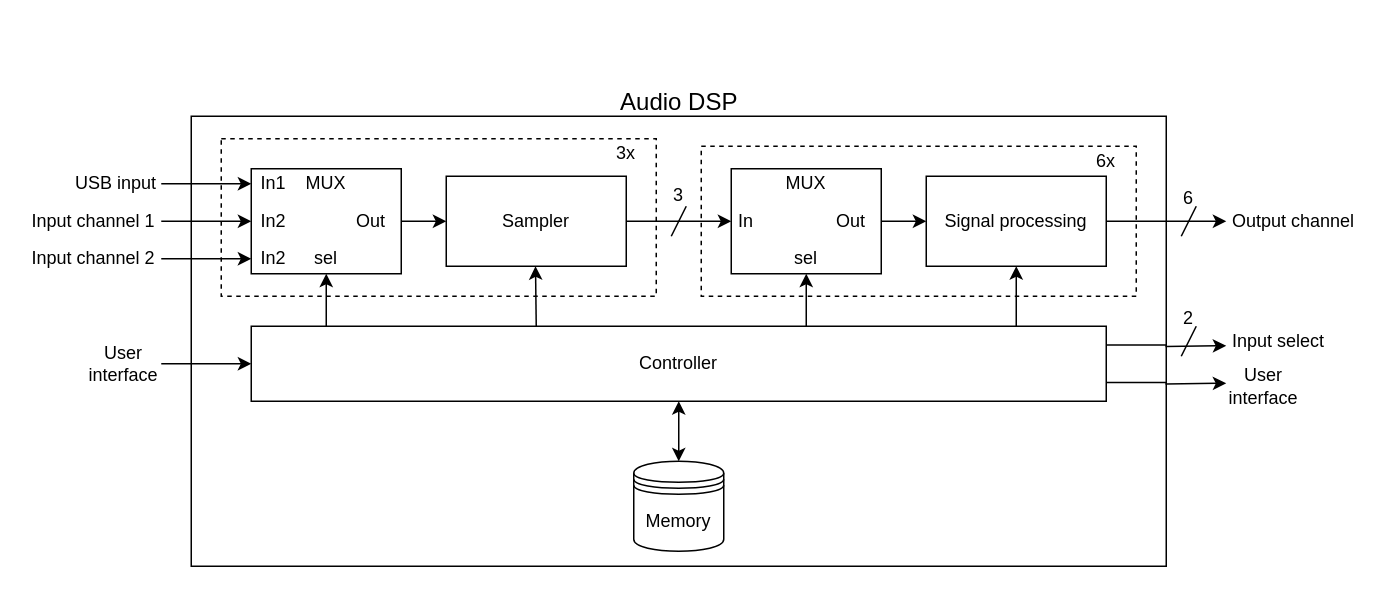
Above: page "Audio DSP" (4 of 5) of Block diagrams/System context diagram.drawio in HeinVerhallen/Audio-DSP (draw.io), before the change. Source tidied: cells renumbered, new cells numbered last; positions are measured from the earlier drawing's top-left corner, leaving out a move shared by most shapes. Both pictures are drawn from the tidied source at 150%, with x=0, y=0 at pixel (26, 86).
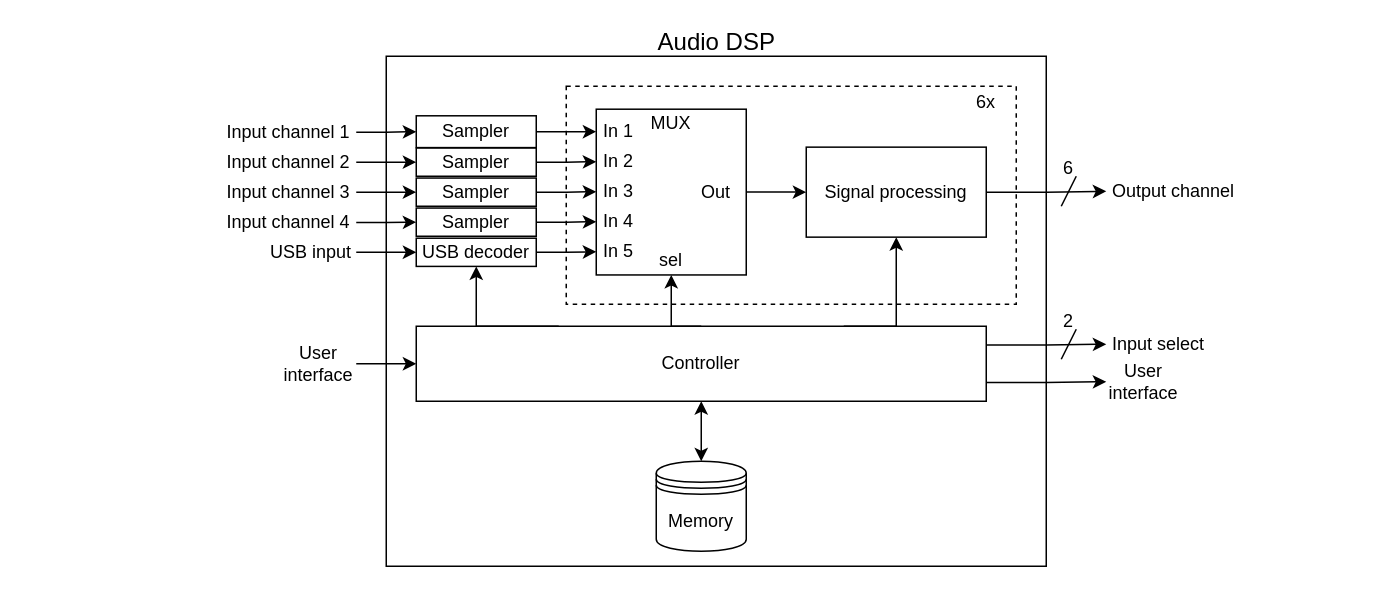
After the change.

Change to the diagram source:
```diff
@@
     <mxCell id="2" style="rounded=0;whiteSpace=wrap;html=1;fontSize=14;align=center;" parent="1" vertex="1">
-      <mxGeometry x="110" y="20" width="650" height="300" as="geometry" />
+      <mxGeometry x="240" y="-20" width="440" height="340" as="geometry" />
     </mxCell>
     <mxCell id="3" style="rounded=0;whiteSpace=wrap;html=1;dashed=1;" parent="1" vertex="1">
-      <mxGeometry x="450" y="40" width="290" height="100" as="geometry" />
+      <mxGeometry x="360" width="300" height="145.3" as="geometry" />
     </mxCell>
-    <mxCell id="4" style="rounded=0;whiteSpace=wrap;html=1;dashed=1;" parent="1" vertex="1">
-      <mxGeometry x="130" y="35" width="290" height="105" as="geometry" />
-    </mxCell>
-    <mxCell id="5" style="edgeStyle=orthogonalEdgeStyle;rounded=0;jettySize=auto;html=1;fontSize=12;startArrow=none;startFill=0;" parent="1" edge="1" source="6" target="14">
-      <mxGeometry relative="1" as="geometry" />
-    </mxCell>
-    <mxCell id="6" style="rounded=0;whiteSpace=wrap;html=1;fontSize=12;" parent="1" vertex="1">
-      <mxGeometry x="150" y="55" width="100" height="70" as="geometry" />
-    </mxCell>
-    <mxCell id="7" value="MUX" style="text;html=1;strokeColor=none;fillColor=none;align=center;verticalAlign=middle;whiteSpace=wrap;rounded=0;fontSize=12;" parent="1" vertex="1">
-      <mxGeometry x="180" y="55" width="40" height="20" as="geometry" />
-    </mxCell>
-    <mxCell id="8" value="In1" style="text;html=1;strokeColor=none;fillColor=none;align=center;verticalAlign=middle;whiteSpace=wrap;rounded=0;fontSize=12;" parent="1" vertex="1">
-      <mxGeometry x="150" y="55" width="30" height="20" as="geometry" />
-    </mxCell>
-    <mxCell id="9" value="In2" style="text;html=1;strokeColor=none;fillColor=none;align=center;verticalAlign=middle;whiteSpace=wrap;rounded=0;fontSize=12;" parent="1" vertex="1">
-      <mxGeometry x="150" y="80" width="30" height="20" as="geometry" />
-    </mxCell>
-    <mxCell id="10" value="Out" style="text;html=1;strokeColor=none;fillColor=none;align=center;verticalAlign=middle;whiteSpace=wrap;rounded=0;fontSize=12;" parent="1" vertex="1">
-      <mxGeometry x="210" y="80" width="40" height="20" as="geometry" />
-    </mxCell>
-    <mxCell id="11" style="endArrow=classic;html=1;fontSize=12;entryX=0;entryY=0.5;entryDx=0;entryDy=0;exitX=1;exitY=0.5;exitDx=0;exitDy=0;" parent="1" edge="1" source="25" target="8">
-      <mxGeometry relative="1" as="geometry" />
-    </mxCell>
-    <mxCell id="12" style="endArrow=classic;html=1;fontSize=12;entryX=0;entryY=0.5;entryDx=0;entryDy=0;exitX=1;exitY=0.5;exitDx=0;exitDy=0;" parent="1" edge="1" source="26" target="9">
-      <mxGeometry relative="1" as="geometry" />
-    </mxCell>
-    <mxCell id="13" style="edgeStyle=orthogonalEdgeStyle;rounded=0;jettySize=auto;html=1;exitX=1;exitY=0.5;exitDx=0;exitDy=0;entryX=0;entryY=0.5;entryDx=0;entryDy=0;" parent="1" edge="1" source="14" target="37">
-      <mxGeometry relative="1" as="geometry" />
-    </mxCell>
-    <mxCell id="14" value="Sampler" style="rounded=0;whiteSpace=wrap;html=1;fontSize=12;" parent="1" vertex="1">
-      <mxGeometry x="280" y="60" width="120" height="60" as="geometry" />
-    </mxCell>
-    <mxCell id="15" style="edgeStyle=orthogonalEdgeStyle;rounded=0;jettySize=auto;html=1;exitX=1;exitY=0.25;exitDx=0;exitDy=0;" parent="1" edge="1" source="17">
-      <mxGeometry relative="1" as="geometry">
-        <mxPoint x="800" y="173" as="targetPoint" />
-      </mxGeometry>
-    </mxCell>
-    <mxCell id="16" style="edgeStyle=orthogonalEdgeStyle;rounded=0;jettySize=auto;html=1;exitX=1;exitY=0.75;exitDx=0;exitDy=0;" parent="1" edge="1" source="17">
-      <mxGeometry relative="1" as="geometry">
-        <mxPoint x="800" y="198" as="targetPoint" />
-      </mxGeometry>
+    <mxCell id="16" style="edgeStyle=orthogonalEdgeStyle;rounded=0;jettySize=auto;html=1;exitX=1;exitY=0.75;exitDx=0;exitDy=0;entryX=0;entryY=0.5;entryDx=0;entryDy=0;" parent="1" edge="1" source="17" target="24">
+      <mxGeometry relative="1" as="geometry" />
     </mxCell>
+    <mxCell id="52" style="edgeStyle=orthogonalEdgeStyle;rounded=0;jettySize=auto;html=1;exitX=1;exitY=0.25;exitDx=0;exitDy=0;entryX=0;entryY=0.5;entryDx=0;entryDy=0;" parent="1" edge="1" source="17" target="18">
+      <mxGeometry relative="1" as="geometry" />
+    </mxCell>
+    <mxCell id="53" style="edgeStyle=orthogonalEdgeStyle;rounded=0;jettySize=auto;html=1;exitX=0.5;exitY=0;exitDx=0;exitDy=0;entryX=0.5;entryY=1;entryDx=0;entryDy=0;" parent="1" edge="1" source="17" target="65">
+      <mxGeometry relative="1" as="geometry" />
+    </mxCell>
+    <mxCell id="54" style="edgeStyle=orthogonalEdgeStyle;rounded=0;jettySize=auto;html=1;exitX=0.75;exitY=0;exitDx=0;exitDy=0;entryX=0.5;entryY=1;entryDx=0;entryDy=0;" parent="1" edge="1" source="17" target="28">
+      <mxGeometry relative="1" as="geometry">
+        <Array as="points">
+          <mxPoint x="580" y="160" />
+        </Array>
+      </mxGeometry>
+    </mxCell>
+    <mxCell id="55" style="edgeStyle=orthogonalEdgeStyle;rounded=0;jettySize=auto;html=1;exitX=0.25;exitY=0;exitDx=0;exitDy=0;entryX=0.5;entryY=1;entryDx=0;entryDy=0;" parent="1" edge="1" source="17" target="82">
+      <mxGeometry relative="1" as="geometry">
+        <Array as="points">
+          <mxPoint x="300" y="160" />
+        </Array>
+      </mxGeometry>
+    </mxCell>
     <mxCell id="17" value="Controller" style="rounded=0;whiteSpace=wrap;html=1;fontSize=12;" parent="1" vertex="1">
-      <mxGeometry x="150" y="160" width="570" height="50" as="geometry" />
+      <mxGeometry x="260" y="160" width="380" height="50" as="geometry" />
     </mxCell>
     <mxCell id="18" value="Input select" style="text;html=1;strokeColor=none;fillColor=none;align=center;verticalAlign=middle;whiteSpace=wrap;rounded=0;fontSize=12;" parent="1" vertex="1">
-      <mxGeometry x="800" y="160" width="70" height="20" as="geometry" />
+      <mxGeometry x="720" y="162" width="70" height="20" as="geometry" />
     </mxCell>
-    <mxCell id="19" value="sel" style="text;html=1;strokeColor=none;fillColor=none;align=center;verticalAlign=middle;whiteSpace=wrap;rounded=0;fontSize=12;" parent="1" vertex="1">
-      <mxGeometry x="185" y="105" width="30" height="20" as="geometry" />
-    </mxCell>
-    <mxCell id="20" style="endArrow=classic;html=1;fontSize=12;entryX=0.5;entryY=1;entryDx=0;entryDy=0;" parent="1" edge="1" target="19">
-      <mxGeometry relative="1" as="geometry">
-        <mxPoint x="200" y="160" as="sourcePoint" />
-      </mxGeometry>
-    </mxCell>
-    <mxCell id="21" style="endArrow=classic;html=1;fontSize=12;" parent="1" edge="1">
-      <mxGeometry relative="1" as="geometry">
-        <mxPoint x="340" y="160" as="sourcePoint" />
-        <mxPoint x="339.5" y="120" as="targetPoint" />
-      </mxGeometry>
-    </mxCell>
-    <mxCell id="22" style="endArrow=classic;html=1;fontSize=12;entryX=0;entryY=0.5;entryDx=0;entryDy=0;" parent="1" edge="1" target="17">
-      <mxGeometry relative="1" as="geometry">
-        <mxPoint x="90" y="185" as="sourcePoint" />
-      </mxGeometry>
+    <mxCell id="22" style="endArrow=classic;html=1;fontSize=12;entryX=0;entryY=0.5;entryDx=0;entryDy=0;startArrow=none;" parent="1" edge="1" source="23" target="17">
+      <mxGeometry relative="1" as="geometry" />
     </mxCell>
-    <mxCell id="23" value="User interface" style="text;html=1;strokeColor=none;fillColor=none;align=center;verticalAlign=middle;whiteSpace=wrap;rounded=0;fontSize=12;" parent="1" vertex="1">
-      <mxGeometry x="40" y="175" width="50" height="20" as="geometry" />
-    </mxCell>
     <mxCell id="24" value="User interface" style="text;html=1;strokeColor=none;fillColor=none;align=center;verticalAlign=middle;whiteSpace=wrap;rounded=0;fontSize=12;" parent="1" vertex="1">
-      <mxGeometry x="800" y="190" width="50" height="20" as="geometry" />
+      <mxGeometry x="720" y="187" width="50" height="20" as="geometry" />
     </mxCell>
+    <mxCell id="56" style="edgeStyle=orthogonalEdgeStyle;rounded=0;jettySize=auto;html=1;exitX=1;exitY=0.5;exitDx=0;exitDy=0;entryX=0;entryY=0.5;entryDx=0;entryDy=0;" parent="1" edge="1" source="25" target="82">
+      <mxGeometry relative="1" as="geometry" />
+    </mxCell>
     <mxCell id="25" value="USB input" style="text;html=1;strokeColor=none;fillColor=none;align=center;verticalAlign=middle;whiteSpace=wrap;rounded=0;fontSize=12;" parent="1" vertex="1">
-      <mxGeometry x="30" y="55" width="60" height="20" as="geometry" />
+      <mxGeometry x="160" y="100.6" width="60" height="20" as="geometry" />
     </mxCell>
+    <mxCell id="57" style="edgeStyle=orthogonalEdgeStyle;rounded=0;jettySize=auto;html=1;exitX=1;exitY=0.5;exitDx=0;exitDy=0;entryX=0;entryY=0.5;entryDx=0;entryDy=0;" parent="1" edge="1" source="26" target="74">
+      <mxGeometry relative="1" as="geometry" />
+    </mxCell>
     <mxCell id="26" value="Input channel 1" style="text;html=1;strokeColor=none;fillColor=none;align=center;verticalAlign=middle;whiteSpace=wrap;rounded=0;fontSize=12;" parent="1" vertex="1">
-      <mxGeometry y="80" width="90" height="20" as="geometry" />
+      <mxGeometry x="130" y="20.6" width="90" height="20" as="geometry" />
     </mxCell>
-    <mxCell id="27" style="edgeStyle=orthogonalEdgeStyle;rounded=0;jettySize=auto;html=1;exitX=1;exitY=0.5;exitDx=0;exitDy=0;" parent="1" edge="1" source="28">
-      <mxGeometry relative="1" as="geometry">
-        <mxPoint x="800" y="90" as="targetPoint" />
-      </mxGeometry>
+    <mxCell id="27" style="edgeStyle=orthogonalEdgeStyle;rounded=0;jettySize=auto;html=1;exitX=1;exitY=0.5;exitDx=0;exitDy=0;entryX=0;entryY=0.5;entryDx=0;entryDy=0;" parent="1" edge="1" source="28" target="44">
+      <mxGeometry relative="1" as="geometry" />
     </mxCell>
-    <mxCell id="28" value="Signal processing" style="rounded=0;whiteSpace=wrap;html=1;fontSize=12;" parent="1" vertex="1">
-      <mxGeometry x="600" y="60" width="120" height="60" as="geometry" />
-    </mxCell>
@@
     <mxCell id="30" value="Memory" style="shape=datastore;whiteSpace=wrap;html=1;fontSize=12;align=center;" parent="1" vertex="1">
-      <mxGeometry x="405" y="250" width="60" height="60" as="geometry" />
+      <mxGeometry x="420" y="250" width="60" height="60" as="geometry" />
     </mxCell>
-    <mxCell id="31" style="edgeStyle=orthogonalEdgeStyle;rounded=0;jettySize=auto;html=1;exitX=1;exitY=0.5;exitDx=0;exitDy=0;entryX=0;entryY=0.5;entryDx=0;entryDy=0;" parent="1" edge="1" source="32" target="33">
-      <mxGeometry relative="1" as="geometry" />
-    </mxCell>
+    <mxCell id="58" style="edgeStyle=orthogonalEdgeStyle;rounded=0;jettySize=auto;html=1;exitX=1;exitY=0.5;exitDx=0;exitDy=0;entryX=0;entryY=0.5;entryDx=0;entryDy=0;" parent="1" edge="1" source="32" target="76">
+      <mxGeometry relative="1" as="geometry" />
+    </mxCell>
     <mxCell id="32" value="Input channel 2" style="text;html=1;strokeColor=none;fillColor=none;align=center;verticalAlign=middle;whiteSpace=wrap;rounded=0;fontSize=12;" parent="1" vertex="1">
-      <mxGeometry y="105" width="90" height="20" as="geometry" />
+      <mxGeometry x="130" y="40.6" width="90" height="20" as="geometry" />
     </mxCell>
-    <mxCell id="33" value="In2" style="text;html=1;strokeColor=none;fillColor=none;align=center;verticalAlign=middle;whiteSpace=wrap;rounded=0;fontSize=12;" parent="1" vertex="1">
-      <mxGeometry x="150" y="105" width="30" height="20" as="geometry" />
-    </mxCell>
-    <mxCell id="34" value="3x" style="text;html=1;strokeColor=none;fillColor=none;align=center;verticalAlign=middle;whiteSpace=wrap;rounded=0;dashed=1;" parent="1" vertex="1">
-      <mxGeometry x="380" y="35" width="40" height="20" as="geometry" />
-    </mxCell>
-    <mxCell id="35" style="rounded=0;whiteSpace=wrap;html=1;fontSize=12;" parent="1" vertex="1">
-      <mxGeometry x="470" y="55" width="100" height="70" as="geometry" />
-    </mxCell>
-    <mxCell id="36" value="MUX" style="text;html=1;strokeColor=none;fillColor=none;align=center;verticalAlign=middle;whiteSpace=wrap;rounded=0;fontSize=12;" parent="1" vertex="1">
-      <mxGeometry x="500" y="55" width="40" height="20" as="geometry" />
-    </mxCell>
-    <mxCell id="37" value="In" style="text;html=1;strokeColor=none;fillColor=none;align=center;verticalAlign=middle;whiteSpace=wrap;rounded=0;fontSize=12;" parent="1" vertex="1">
-      <mxGeometry x="470" y="80" width="20" height="20" as="geometry" />
-    </mxCell>
-    <mxCell id="38" style="edgeStyle=orthogonalEdgeStyle;rounded=0;jettySize=auto;html=1;exitX=1;exitY=0.5;exitDx=0;exitDy=0;entryX=0;entryY=0.5;entryDx=0;entryDy=0;" parent="1" edge="1" source="39" target="28">
-      <mxGeometry relative="1" as="geometry" />
-    </mxCell>
-    <mxCell id="39" value="Out" style="text;html=1;strokeColor=none;fillColor=none;align=center;verticalAlign=middle;whiteSpace=wrap;rounded=0;fontSize=12;" parent="1" vertex="1">
-      <mxGeometry x="530" y="80" width="40" height="20" as="geometry" />
-    </mxCell>
-    <mxCell id="40" value="sel" style="text;html=1;strokeColor=none;fillColor=none;align=center;verticalAlign=middle;whiteSpace=wrap;rounded=0;fontSize=12;" parent="1" vertex="1">
-      <mxGeometry x="505" y="105" width="30" height="20" as="geometry" />
-    </mxCell>
     <mxCell id="41" value="6x" style="text;html=1;strokeColor=none;fillColor=none;align=center;verticalAlign=middle;whiteSpace=wrap;rounded=0;dashed=1;" parent="1" vertex="1">
-      <mxGeometry x="700" y="40" width="40" height="20" as="geometry" />
+      <mxGeometry x="620" y="0.6" width="40" height="20" as="geometry" />
     </mxCell>
-    <mxCell id="42" style="endArrow=none;html=1;" parent="1" edge="1">
-      <mxGeometry relative="1" as="geometry">
-        <mxPoint x="430" y="100" as="sourcePoint" />
-        <mxPoint x="440" y="80" as="targetPoint" />
-      </mxGeometry>
-    </mxCell>
-    <mxCell id="43" value="3" style="text;html=1;strokeColor=none;fillColor=none;align=center;verticalAlign=middle;whiteSpace=wrap;rounded=0;dashed=1;" parent="1" vertex="1">
-      <mxGeometry x="430" y="65" width="10" height="15" as="geometry" />
-    </mxCell>
     <mxCell id="44" value="Output channel" style="text;html=1;strokeColor=none;fillColor=none;align=center;verticalAlign=middle;whiteSpace=wrap;rounded=0;dashed=1;" parent="1" vertex="1">
-      <mxGeometry x="800" y="80" width="90" height="20" as="geometry" />
+      <mxGeometry x="720" y="60" width="90" height="20" as="geometry" />
     </mxCell>
     <mxCell id="45" style="endArrow=none;html=1;" parent="1" edge="1">
       <mxGeometry relative="1" as="geometry">
-        <mxPoint x="770" y="100" as="sourcePoint" />
-        <mxPoint x="780" y="80" as="targetPoint" />
+        <mxPoint x="690" y="80" as="sourcePoint" />
+        <mxPoint x="700" y="60" as="targetPoint" />
       </mxGeometry>
     </mxCell>
     <mxCell id="46" value="6" style="text;html=1;strokeColor=none;fillColor=none;align=center;verticalAlign=middle;whiteSpace=wrap;rounded=0;dashed=1;" parent="1" vertex="1">
-      <mxGeometry x="770" y="70" width="10" height="10" as="geometry" />
+      <mxGeometry x="690" y="50" width="10" height="10" as="geometry" />
     </mxCell>
     <mxCell id="47" style="endArrow=none;html=1;" parent="1" edge="1">
       <mxGeometry relative="1" as="geometry">
-        <mxPoint x="770" y="180" as="sourcePoint" />
-        <mxPoint x="780" y="160" as="targetPoint" />
+        <mxPoint x="690" y="182" as="sourcePoint" />
+        <mxPoint x="700" y="162" as="targetPoint" />
       </mxGeometry>
     </mxCell>
     <mxCell id="48" value="2" style="text;html=1;strokeColor=none;fillColor=none;align=center;verticalAlign=middle;whiteSpace=wrap;rounded=0;dashed=1;" parent="1" vertex="1">
-      <mxGeometry x="770" y="150" width="10" height="10" as="geometry" />
+      <mxGeometry x="690" y="152" width="10" height="10" as="geometry" />
     </mxCell>
-    <mxCell id="49" style="endArrow=classic;html=1;entryX=0.5;entryY=1;entryDx=0;entryDy=0;" parent="1" edge="1" target="40">
-      <mxGeometry relative="1" as="geometry">
-        <mxPoint x="520" y="160" as="sourcePoint" />
-      </mxGeometry>
-    </mxCell>
-    <mxCell id="50" style="endArrow=classic;html=1;entryX=0.5;entryY=1;entryDx=0;entryDy=0;" parent="1" edge="1" target="28">
-      <mxGeometry relative="1" as="geometry">
-        <mxPoint x="660" y="160" as="sourcePoint" />
-      </mxGeometry>
-    </mxCell>
     <mxCell id="51" value="Audio DSP" style="text;html=1;strokeColor=none;fillColor=none;align=center;verticalAlign=middle;whiteSpace=wrap;rounded=0;dashed=1;fontSize=16;" parent="1" vertex="1">
-      <mxGeometry x="392.5" width="85" height="20" as="geometry" />
+      <mxGeometry x="417.5" y="-40" width="85" height="20" as="geometry" />
     </mxCell>
+    <mxCell id="59" style="group;" parent="1" vertex="1">
+      <mxGeometry x="380" y="15.3" width="100" height="110.5" as="geometry" />
+    </mxCell>
+    <mxCell id="60" style="rounded=0;whiteSpace=wrap;html=1;fontSize=12;strokeWidth=1;" parent="59" vertex="1">
+      <mxGeometry width="100" height="110.5" as="geometry" />
+    </mxCell>
+    <mxCell id="61" value="MUX" style="text;html=1;strokeColor=none;fillColor=none;align=center;verticalAlign=middle;whiteSpace=wrap;rounded=0;fontSize=12;" parent="59" vertex="1">
+      <mxGeometry x="30" width="40" height="20" as="geometry" />
+    </mxCell>
+    <mxCell id="62" value="In 1" style="text;html=1;strokeColor=none;fillColor=none;align=center;verticalAlign=middle;whiteSpace=wrap;rounded=0;fontSize=12;" parent="59" vertex="1">
+      <mxGeometry y="5" width="30" height="20" as="geometry" />
+    </mxCell>
+    <mxCell id="63" value="In 3" style="text;html=1;strokeColor=none;fillColor=none;align=center;verticalAlign=middle;whiteSpace=wrap;rounded=0;fontSize=12;" parent="59" vertex="1">
+      <mxGeometry y="45" width="30" height="20" as="geometry" />
+    </mxCell>
+    <mxCell id="64" value="Out" style="text;html=1;strokeColor=none;fillColor=none;align=center;verticalAlign=middle;whiteSpace=wrap;rounded=0;fontSize=12;" parent="59" vertex="1">
+      <mxGeometry x="60" y="45.2" width="40" height="20" as="geometry" />
+    </mxCell>
+    <mxCell id="65" value="sel" style="text;html=1;strokeColor=none;fillColor=none;align=center;verticalAlign=middle;whiteSpace=wrap;rounded=0;fontSize=12;" parent="59" vertex="1">
+      <mxGeometry x="35" y="90.5" width="30" height="20" as="geometry" />
+    </mxCell>
+    <mxCell id="66" value="In 2" style="text;html=1;strokeColor=none;fillColor=none;align=center;verticalAlign=middle;whiteSpace=wrap;rounded=0;fontSize=12;" parent="59" vertex="1">
+      <mxGeometry y="25" width="30" height="20" as="geometry" />
+    </mxCell>
+    <mxCell id="67" value="In 4" style="text;html=1;strokeColor=none;fillColor=none;align=center;verticalAlign=middle;whiteSpace=wrap;rounded=0;fontSize=12;" parent="59" vertex="1">
+      <mxGeometry y="65" width="30" height="20" as="geometry" />
+    </mxCell>
+    <mxCell id="68" value="In 5" style="text;html=1;strokeColor=none;fillColor=none;align=center;verticalAlign=middle;whiteSpace=wrap;rounded=0;fontSize=12;" parent="59" vertex="1">
+      <mxGeometry y="85" width="30" height="20" as="geometry" />
+    </mxCell>
+    <mxCell id="69" style="edgeStyle=orthogonalEdgeStyle;rounded=0;jettySize=auto;html=1;exitX=1;exitY=0.5;exitDx=0;exitDy=0;entryX=0;entryY=0.5;entryDx=0;entryDy=0;" parent="1" edge="1" source="70" target="78">
+      <mxGeometry relative="1" as="geometry" />
+    </mxCell>
+    <mxCell id="70" value="Input channel 3" style="text;html=1;strokeColor=none;fillColor=none;align=center;verticalAlign=middle;whiteSpace=wrap;rounded=0;fontSize=12;" parent="1" vertex="1">
+      <mxGeometry x="130" y="60.6" width="90" height="20" as="geometry" />
+    </mxCell>
+    <mxCell id="71" style="edgeStyle=orthogonalEdgeStyle;rounded=0;jettySize=auto;html=1;exitX=1;exitY=0.5;exitDx=0;exitDy=0;entryX=0;entryY=0.5;entryDx=0;entryDy=0;" parent="1" edge="1" source="72" target="80">
+      <mxGeometry relative="1" as="geometry" />
+    </mxCell>
+    <mxCell id="72" value="Input channel 4" style="text;html=1;strokeColor=none;fillColor=none;align=center;verticalAlign=middle;whiteSpace=wrap;rounded=0;fontSize=12;" parent="1" vertex="1">
+      <mxGeometry x="130" y="80.9" width="90" height="20" as="geometry" />
+    </mxCell>
+    <mxCell id="73" style="edgeStyle=orthogonalEdgeStyle;rounded=0;jettySize=auto;html=1;exitX=1;exitY=0.5;exitDx=0;exitDy=0;entryX=0;entryY=0.5;entryDx=0;entryDy=0;" parent="1" edge="1" source="74" target="62">
+      <mxGeometry relative="1" as="geometry" />
+    </mxCell>
+    <mxCell id="74" value="Sampler" style="rounded=0;whiteSpace=wrap;html=1;strokeWidth=1;" parent="1" vertex="1">
+      <mxGeometry x="260" y="19.7" width="80" height="21.2" as="geometry" />
+    </mxCell>
+    <mxCell id="75" style="edgeStyle=orthogonalEdgeStyle;rounded=0;jettySize=auto;html=1;exitX=1;exitY=0.5;exitDx=0;exitDy=0;entryX=0;entryY=0.5;entryDx=0;entryDy=0;" parent="1" edge="1" source="76" target="66">
+      <mxGeometry relative="1" as="geometry" />
+    </mxCell>
+    <mxCell id="76" value="Sampler" style="rounded=0;whiteSpace=wrap;html=1;strokeWidth=1;" parent="1" vertex="1">
+      <mxGeometry x="260" y="41.2" width="80" height="18.8" as="geometry" />
+    </mxCell>
+    <mxCell id="77" style="edgeStyle=orthogonalEdgeStyle;rounded=0;jettySize=auto;html=1;entryX=0;entryY=0.5;entryDx=0;entryDy=0;" parent="1" edge="1" source="78" target="63">
+      <mxGeometry relative="1" as="geometry" />
+    </mxCell>
+    <mxCell id="78" value="Sampler" style="rounded=0;whiteSpace=wrap;html=1;strokeWidth=1;" parent="1" vertex="1">
+      <mxGeometry x="260" y="61.2" width="80" height="18.8" as="geometry" />
+    </mxCell>
+    <mxCell id="79" style="edgeStyle=orthogonalEdgeStyle;rounded=0;jettySize=auto;html=1;exitX=1;exitY=0.5;exitDx=0;exitDy=0;entryX=0;entryY=0.5;entryDx=0;entryDy=0;" parent="1" edge="1" source="80" target="67">
+      <mxGeometry relative="1" as="geometry" />
+    </mxCell>
+    <mxCell id="80" value="Sampler" style="rounded=0;whiteSpace=wrap;html=1;strokeWidth=1;" parent="1" vertex="1">
+      <mxGeometry x="260" y="81.2" width="80" height="18.8" as="geometry" />
+    </mxCell>
+    <mxCell id="81" style="edgeStyle=orthogonalEdgeStyle;rounded=0;jettySize=auto;html=1;exitX=1;exitY=0.5;exitDx=0;exitDy=0;entryX=0;entryY=0.5;entryDx=0;entryDy=0;" parent="1" edge="1" source="82" target="68">
+      <mxGeometry relative="1" as="geometry" />
+    </mxCell>
+    <mxCell id="82" value="USB decoder" style="rounded=0;whiteSpace=wrap;html=1;strokeWidth=1;" parent="1" vertex="1">
+      <mxGeometry x="260" y="101.3" width="80" height="18.8" as="geometry" />
+    </mxCell>
+    <mxCell id="28" value="Signal processing" style="rounded=0;whiteSpace=wrap;html=1;fontSize=12;" parent="1" vertex="1">
+      <mxGeometry x="520" y="40.6" width="120" height="60" as="geometry" />
+    </mxCell>
+    <mxCell id="83" style="edgeStyle=orthogonalEdgeStyle;rounded=0;jettySize=auto;html=1;exitX=1;exitY=0.5;exitDx=0;exitDy=0;entryX=0;entryY=0.5;entryDx=0;entryDy=0;" parent="1" edge="1" source="64" target="28">
+      <mxGeometry relative="1" as="geometry" />
+    </mxCell>
+    <mxCell id="23" value="User interface" style="text;html=1;strokeColor=none;fillColor=none;align=center;verticalAlign=middle;whiteSpace=wrap;rounded=0;fontSize=12;" parent="1" vertex="1">
+      <mxGeometry x="170" y="175" width="50" height="20" as="geometry" />
+    </mxCell>
```
